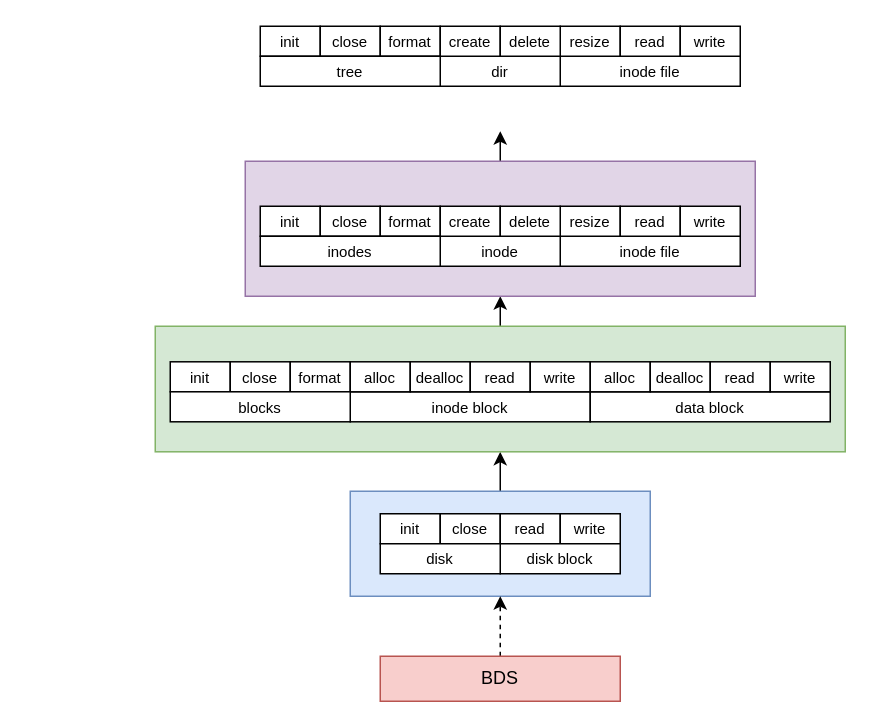
Before: Drafts/filesystem.drawio in xrysamuel/my-drawio, a draw.io diagram. Source tidied: cells renumbered, new cells numbered last; positions are measured from the earlier drawing's top-left corner, leaving out a move shared by most shapes. Both pictures are drawn from the tidied source at 150%, with x=0, y=0 at pixel (154, 26).
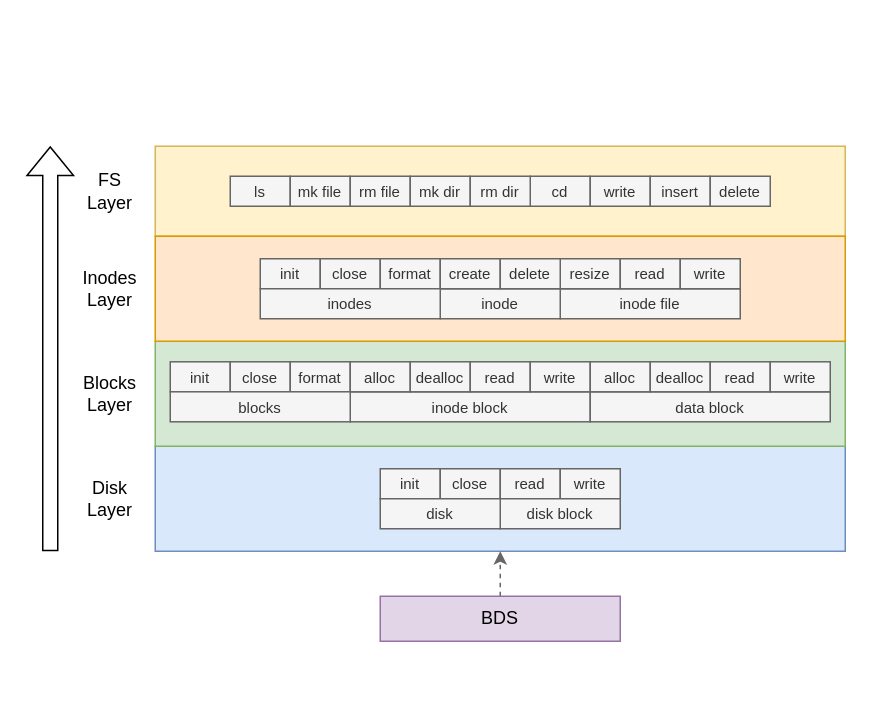
After the change.

Diff of the diagram source:
```diff
@@
-    <mxCell id="2" style="edgeStyle=orthogonalEdgeStyle;rounded=0;jettySize=auto;html=1;exitX=0.5;exitY=0;exitDx=0;exitDy=0;entryX=0.5;entryY=1;entryDx=0;entryDy=0;" parent="1" edge="1" source="3" target="5">
-      <mxGeometry relative="1" as="geometry" />
-    </mxCell>
+    <mxCell id="52" style="rounded=0;whiteSpace=wrap;html=1;fillColor=#fff2cc;strokeColor=#d6b656;" parent="1" vertex="1">
+      <mxGeometry y="80" width="460" height="60" as="geometry" />
+    </mxCell>
     <mxCell id="3" style="rounded=0;whiteSpace=wrap;html=1;fillColor=#dae8fc;strokeColor=#6c8ebf;" parent="1" vertex="1">
-      <mxGeometry x="130" y="310" width="200" height="70" as="geometry" />
+      <mxGeometry y="280" width="460" height="70" as="geometry" />
     </mxCell>
-    <mxCell id="4" style="edgeStyle=orthogonalEdgeStyle;rounded=0;jettySize=auto;html=1;exitX=0.5;exitY=0;exitDx=0;exitDy=0;entryX=0.5;entryY=1;entryDx=0;entryDy=0;" parent="1" edge="1" source="5" target="26">
-      <mxGeometry relative="1" as="geometry" />
-    </mxCell>
     <mxCell id="5" style="rounded=0;whiteSpace=wrap;html=1;fillColor=#d5e8d4;strokeColor=#82b366;" parent="1" vertex="1">
-      <mxGeometry y="200" width="460" height="83.7" as="geometry" />
+      <mxGeometry y="210" width="460" height="70" as="geometry" />
     </mxCell>
-    <mxCell id="6" style="edgeStyle=orthogonalEdgeStyle;rounded=0;jettySize=auto;html=1;exitX=0.5;exitY=0;exitDx=0;exitDy=0;entryX=0.5;entryY=1;entryDx=0;entryDy=0;dashed=1;" parent="1" edge="1" source="7" target="3">
+    <mxCell id="6" style="edgeStyle=orthogonalEdgeStyle;rounded=0;jettySize=auto;html=1;exitX=0.5;exitY=0;exitDx=0;exitDy=0;entryX=0.5;entryY=1;entryDx=0;entryDy=0;dashed=1;fillColor=#f5f5f5;strokeColor=#666666;" parent="1" edge="1" source="7" target="3">
       <mxGeometry relative="1" as="geometry" />
     </mxCell>
-    <mxCell id="7" value="BDS" style="rounded=0;whiteSpace=wrap;html=1;fillColor=#f8cecc;strokeColor=#b85450;" parent="1" vertex="1">
-      <mxGeometry x="150" y="420" width="160" height="30" as="geometry" />
+    <mxCell id="7" value="BDS" style="rounded=0;whiteSpace=wrap;html=1;fillColor=#e1d5e7;strokeColor=#9673a6;" parent="1" vertex="1">
+      <mxGeometry x="150" y="380" width="160" height="30" as="geometry" />
     </mxCell>
-    <mxCell id="8" value="init" style="rounded=0;whiteSpace=wrap;html=1;fontSize=10;" parent="1" vertex="1">
-      <mxGeometry x="150" y="325" width="40" height="20" as="geometry" />
+    <mxCell id="8" value="init" style="rounded=0;whiteSpace=wrap;html=1;fontSize=10;fillColor=#f5f5f5;fontColor=#333333;strokeColor=#666666;" parent="1" vertex="1">
+      <mxGeometry x="150" y="295" width="40" height="20" as="geometry" />
     </mxCell>
-    <mxCell id="9" value="close" style="rounded=0;whiteSpace=wrap;html=1;fontSize=10;" parent="1" vertex="1">
-      <mxGeometry x="190" y="325" width="40" height="20" as="geometry" />
+    <mxCell id="9" value="close" style="rounded=0;whiteSpace=wrap;html=1;fontSize=10;fillColor=#f5f5f5;fontColor=#333333;strokeColor=#666666;" parent="1" vertex="1">
+      <mxGeometry x="190" y="295" width="40" height="20" as="geometry" />
     </mxCell>
-    <mxCell id="10" value="read" style="rounded=0;whiteSpace=wrap;html=1;fontSize=10;" parent="1" vertex="1">
-      <mxGeometry x="230" y="325" width="40" height="20" as="geometry" />
+    <mxCell id="10" value="read" style="rounded=0;whiteSpace=wrap;html=1;fontSize=10;fillColor=#f5f5f5;fontColor=#333333;strokeColor=#666666;" parent="1" vertex="1">
+      <mxGeometry x="230" y="295" width="40" height="20" as="geometry" />
     </mxCell>
-    <mxCell id="11" value="write" style="rounded=0;whiteSpace=wrap;html=1;fontSize=10;" parent="1" vertex="1">
-      <mxGeometry x="270" y="325" width="40" height="20" as="geometry" />
+    <mxCell id="11" value="write" style="rounded=0;whiteSpace=wrap;html=1;fontSize=10;fillColor=#f5f5f5;fontColor=#333333;strokeColor=#666666;" parent="1" vertex="1">
+      <mxGeometry x="270" y="295" width="40" height="20" as="geometry" />
     </mxCell>
-    <mxCell id="12" value="init" style="rounded=0;whiteSpace=wrap;html=1;fontSize=10;" parent="1" vertex="1">
+    <mxCell id="12" value="init" style="rounded=0;whiteSpace=wrap;html=1;fontSize=10;fillColor=#f5f5f5;fontColor=#333333;strokeColor=#666666;" parent="1" vertex="1">
       <mxGeometry x="10" y="223.7" width="40" height="20" as="geometry" />
     </mxCell>
-    <mxCell id="13" value="close" style="rounded=0;whiteSpace=wrap;html=1;fontSize=10;" parent="1" vertex="1">
+    <mxCell id="13" value="close" style="rounded=0;whiteSpace=wrap;html=1;fontSize=10;fillColor=#f5f5f5;fontColor=#333333;strokeColor=#666666;" parent="1" vertex="1">
       <mxGeometry x="50" y="223.7" width="40" height="20" as="geometry" />
     </mxCell>
-    <mxCell id="14" value="format" style="rounded=0;whiteSpace=wrap;html=1;fontSize=10;" parent="1" vertex="1">
+    <mxCell id="14" value="format" style="rounded=0;whiteSpace=wrap;html=1;fontSize=10;fillColor=#f5f5f5;fontColor=#333333;strokeColor=#666666;" parent="1" vertex="1">
       <mxGeometry x="90" y="223.7" width="40" height="20" as="geometry" />
     </mxCell>
-    <mxCell id="15" value="inode block" style="rounded=0;whiteSpace=wrap;html=1;fontSize=10;" parent="1" vertex="1">
+    <mxCell id="15" value="inode block" style="rounded=0;whiteSpace=wrap;html=1;fontSize=10;fillColor=#f5f5f5;fontColor=#333333;strokeColor=#666666;" parent="1" vertex="1">
       <mxGeometry x="130" y="243.7" width="160" height="20" as="geometry" />
     </mxCell>
-    <mxCell id="16" value="alloc" style="rounded=0;whiteSpace=wrap;html=1;fontSize=10;" parent="1" vertex="1">
+    <mxCell id="16" value="alloc" style="rounded=0;whiteSpace=wrap;html=1;fontSize=10;fillColor=#f5f5f5;fontColor=#333333;strokeColor=#666666;" parent="1" vertex="1">
       <mxGeometry x="130" y="223.7" width="40" height="20" as="geometry" />
     </mxCell>
-    <mxCell id="17" value="dealloc" style="rounded=0;whiteSpace=wrap;html=1;fontSize=10;" parent="1" vertex="1">
+    <mxCell id="17" value="dealloc" style="rounded=0;whiteSpace=wrap;html=1;fontSize=10;fillColor=#f5f5f5;fontColor=#333333;strokeColor=#666666;" parent="1" vertex="1">
       <mxGeometry x="170" y="223.7" width="40" height="20" as="geometry" />
     </mxCell>
-    <mxCell id="18" value="read" style="rounded=0;whiteSpace=wrap;html=1;fontSize=10;" parent="1" vertex="1">
+    <mxCell id="18" value="read" style="rounded=0;whiteSpace=wrap;html=1;fontSize=10;fillColor=#f5f5f5;fontColor=#333333;strokeColor=#666666;" parent="1" vertex="1">
       <mxGeometry x="210" y="223.7" width="40" height="20" as="geometry" />
     </mxCell>
-    <mxCell id="19" value="write" style="rounded=0;whiteSpace=wrap;html=1;fontSize=10;" parent="1" vertex="1">
+    <mxCell id="19" value="write" style="rounded=0;whiteSpace=wrap;html=1;fontSize=10;fillColor=#f5f5f5;fontColor=#333333;strokeColor=#666666;" parent="1" vertex="1">
       <mxGeometry x="250" y="223.7" width="40" height="20" as="geometry" />
     </mxCell>
-    <mxCell id="20" value="data block" style="rounded=0;whiteSpace=wrap;html=1;fontSize=10;" parent="1" vertex="1">
+    <mxCell id="20" value="data block" style="rounded=0;whiteSpace=wrap;html=1;fontSize=10;fillColor=#f5f5f5;fontColor=#333333;strokeColor=#666666;" parent="1" vertex="1">
       <mxGeometry x="290" y="243.7" width="160" height="20" as="geometry" />
     </mxCell>
-    <mxCell id="21" value="alloc" style="rounded=0;whiteSpace=wrap;html=1;fontSize=10;" parent="1" vertex="1">
+    <mxCell id="21" value="alloc" style="rounded=0;whiteSpace=wrap;html=1;fontSize=10;fillColor=#f5f5f5;fontColor=#333333;strokeColor=#666666;" parent="1" vertex="1">
       <mxGeometry x="290" y="223.7" width="40" height="20" as="geometry" />
     </mxCell>
-    <mxCell id="22" value="dealloc" style="rounded=0;whiteSpace=wrap;html=1;fontSize=10;" parent="1" vertex="1">
+    <mxCell id="22" value="dealloc" style="rounded=0;whiteSpace=wrap;html=1;fontSize=10;fillColor=#f5f5f5;fontColor=#333333;strokeColor=#666666;" parent="1" vertex="1">
       <mxGeometry x="330" y="223.7" width="40" height="20" as="geometry" />
     </mxCell>
-    <mxCell id="23" value="read" style="rounded=0;whiteSpace=wrap;html=1;fontSize=10;" parent="1" vertex="1">
+    <mxCell id="23" value="read" style="rounded=0;whiteSpace=wrap;html=1;fontSize=10;fillColor=#f5f5f5;fontColor=#333333;strokeColor=#666666;" parent="1" vertex="1">
       <mxGeometry x="370" y="223.7" width="40" height="20" as="geometry" />
     </mxCell>
-    <mxCell id="24" value="write" style="rounded=0;whiteSpace=wrap;html=1;fontSize=10;" parent="1" vertex="1">
+    <mxCell id="24" value="write" style="rounded=0;whiteSpace=wrap;html=1;fontSize=10;fillColor=#f5f5f5;fontColor=#333333;strokeColor=#666666;" parent="1" vertex="1">
       <mxGeometry x="410" y="223.7" width="40" height="20" as="geometry" />
     </mxCell>
-    <mxCell id="25" style="edgeStyle=orthogonalEdgeStyle;rounded=0;jettySize=auto;html=1;exitX=0.5;exitY=0;exitDx=0;exitDy=0;entryX=0.5;entryY=1;entryDx=0;entryDy=0;" parent="1" edge="1" source="26">
-      <mxGeometry relative="1" as="geometry">
-        <mxPoint x="230" y="70" as="targetPoint" />
-      </mxGeometry>
-    </mxCell>
-    <mxCell id="26" style="rounded=0;whiteSpace=wrap;html=1;fillColor=#e1d5e7;strokeColor=#9673a6;" parent="1" vertex="1">
-      <mxGeometry x="60" y="90" width="340" height="90" as="geometry" />
+    <mxCell id="26" style="rounded=0;whiteSpace=wrap;html=1;fillColor=#ffe6cc;strokeColor=#d79b00;" parent="1" vertex="1">
+      <mxGeometry y="140" width="460" height="70" as="geometry" />
     </mxCell>
-    <mxCell id="27" value="inode file" style="rounded=0;whiteSpace=wrap;html=1;fontSize=10;" parent="1" vertex="1">
-      <mxGeometry x="270" y="140" width="120" height="20" as="geometry" />
+    <mxCell id="27" value="inode file" style="rounded=0;whiteSpace=wrap;html=1;fontSize=10;fillColor=#f5f5f5;fontColor=#333333;strokeColor=#666666;" parent="1" vertex="1">
+      <mxGeometry x="270" y="175" width="120" height="20" as="geometry" />
     </mxCell>
-    <mxCell id="28" value="resize" style="rounded=0;whiteSpace=wrap;html=1;fontSize=10;" parent="1" vertex="1">
-      <mxGeometry x="270" y="120" width="40" height="20" as="geometry" />
+    <mxCell id="28" value="resize" style="rounded=0;whiteSpace=wrap;html=1;fontSize=10;fillColor=#f5f5f5;fontColor=#333333;strokeColor=#666666;" parent="1" vertex="1">
+      <mxGeometry x="270" y="155" width="40" height="20" as="geometry" />
     </mxCell>
-    <mxCell id="29" value="read" style="rounded=0;whiteSpace=wrap;html=1;fontSize=10;" parent="1" vertex="1">
-      <mxGeometry x="310" y="120" width="40" height="20" as="geometry" />
+    <mxCell id="29" value="read" style="rounded=0;whiteSpace=wrap;html=1;fontSize=10;fillColor=#f5f5f5;fontColor=#333333;strokeColor=#666666;" parent="1" vertex="1">
+      <mxGeometry x="310" y="155" width="40" height="20" as="geometry" />
     </mxCell>
-    <mxCell id="30" value="write" style="rounded=0;whiteSpace=wrap;html=1;fontSize=10;" parent="1" vertex="1">
-      <mxGeometry x="350" y="120" width="40" height="20" as="geometry" />
+    <mxCell id="30" value="write" style="rounded=0;whiteSpace=wrap;html=1;fontSize=10;fillColor=#f5f5f5;fontColor=#333333;strokeColor=#666666;" parent="1" vertex="1">
+      <mxGeometry x="350" y="155" width="40" height="20" as="geometry" />
     </mxCell>
-    <mxCell id="31" value="init" style="rounded=0;whiteSpace=wrap;html=1;fontSize=10;" parent="1" vertex="1">
-      <mxGeometry x="70" y="120" width="40" height="20" as="geometry" />
+    <mxCell id="31" value="init" style="rounded=0;whiteSpace=wrap;html=1;fontSize=10;fillColor=#f5f5f5;fontColor=#333333;strokeColor=#666666;" parent="1" vertex="1">
+      <mxGeometry x="70" y="155" width="40" height="20" as="geometry" />
     </mxCell>
-    <mxCell id="32" value="close" style="rounded=0;whiteSpace=wrap;html=1;fontSize=10;" parent="1" vertex="1">
-      <mxGeometry x="110" y="120" width="40" height="20" as="geometry" />
+    <mxCell id="32" value="close" style="rounded=0;whiteSpace=wrap;html=1;fontSize=10;fillColor=#f5f5f5;fontColor=#333333;strokeColor=#666666;" parent="1" vertex="1">
+      <mxGeometry x="110" y="155" width="40" height="20" as="geometry" />
     </mxCell>
-    <mxCell id="33" value="format" style="rounded=0;whiteSpace=wrap;html=1;fontSize=10;" parent="1" vertex="1">
-      <mxGeometry x="150" y="120" width="40" height="20" as="geometry" />
+    <mxCell id="33" value="format" style="rounded=0;whiteSpace=wrap;html=1;fontSize=10;fillColor=#f5f5f5;fontColor=#333333;strokeColor=#666666;" parent="1" vertex="1">
+      <mxGeometry x="150" y="155" width="40" height="20" as="geometry" />
     </mxCell>
-    <mxCell id="34" value="inode" style="rounded=0;whiteSpace=wrap;html=1;fontSize=10;" parent="1" vertex="1">
-      <mxGeometry x="190" y="140" width="80" height="20" as="geometry" />
+    <mxCell id="34" value="inode" style="rounded=0;whiteSpace=wrap;html=1;fontSize=10;fillColor=#f5f5f5;fontColor=#333333;strokeColor=#666666;" parent="1" vertex="1">
+      <mxGeometry x="190" y="175" width="80" height="20" as="geometry" />
     </mxCell>
-    <mxCell id="35" value="create" style="rounded=0;whiteSpace=wrap;html=1;fontSize=10;" parent="1" vertex="1">
-      <mxGeometry x="190" y="120" width="40" height="20" as="geometry" />
+    <mxCell id="35" value="create" style="rounded=0;whiteSpace=wrap;html=1;fontSize=10;fillColor=#f5f5f5;fontColor=#333333;strokeColor=#666666;" parent="1" vertex="1">
+      <mxGeometry x="190" y="155" width="40" height="20" as="geometry" />
     </mxCell>
-    <mxCell id="36" value="delete" style="rounded=0;whiteSpace=wrap;html=1;fontSize=10;" parent="1" vertex="1">
-      <mxGeometry x="230" y="120" width="40" height="20" as="geometry" />
+    <mxCell id="36" value="delete" style="rounded=0;whiteSpace=wrap;html=1;fontSize=10;fillColor=#f5f5f5;fontColor=#333333;strokeColor=#666666;" parent="1" vertex="1">
+      <mxGeometry x="230" y="155" width="40" height="20" as="geometry" />
     </mxCell>
-    <mxCell id="37" value="disk block" style="rounded=0;whiteSpace=wrap;html=1;fontSize=10;" parent="1" vertex="1">
-      <mxGeometry x="230" y="345" width="80" height="20" as="geometry" />
+    <mxCell id="37" value="disk block" style="rounded=0;whiteSpace=wrap;html=1;fontSize=10;fillColor=#f5f5f5;fontColor=#333333;strokeColor=#666666;" parent="1" vertex="1">
+      <mxGeometry x="230" y="315" width="80" height="20" as="geometry" />
     </mxCell>
-    <mxCell id="38" value="disk" style="rounded=0;whiteSpace=wrap;html=1;fontSize=10;" parent="1" vertex="1">
-      <mxGeometry x="150" y="345" width="80" height="20" as="geometry" />
+    <mxCell id="38" value="disk" style="rounded=0;whiteSpace=wrap;html=1;fontSize=10;fillColor=#f5f5f5;fontColor=#333333;strokeColor=#666666;" parent="1" vertex="1">
+      <mxGeometry x="150" y="315" width="80" height="20" as="geometry" />
     </mxCell>
-    <mxCell id="39" value="blocks" style="rounded=0;whiteSpace=wrap;html=1;fontSize=10;" parent="1" vertex="1">
+    <mxCell id="39" value="blocks" style="rounded=0;whiteSpace=wrap;html=1;fontSize=10;fillColor=#f5f5f5;fontColor=#333333;strokeColor=#666666;" parent="1" vertex="1">
       <mxGeometry x="10" y="243.7" width="120" height="20" as="geometry" />
     </mxCell>
-    <mxCell id="40" value="inodes" style="rounded=0;whiteSpace=wrap;html=1;fontSize=10;" parent="1" vertex="1">
-      <mxGeometry x="70" y="140" width="120" height="20" as="geometry" />
+    <mxCell id="40" value="inodes" style="rounded=0;whiteSpace=wrap;html=1;fontSize=10;fillColor=#f5f5f5;fontColor=#333333;strokeColor=#666666;" parent="1" vertex="1">
+      <mxGeometry x="70" y="175" width="120" height="20" as="geometry" />
     </mxCell>
-    <mxCell id="41" value="inode file" style="rounded=0;whiteSpace=wrap;html=1;fontSize=10;" parent="1" vertex="1">
-      <mxGeometry x="270" y="20" width="120" height="20" as="geometry" />
-    </mxCell>
-    <mxCell id="42" value="resize" style="rounded=0;whiteSpace=wrap;html=1;fontSize=10;" parent="1" vertex="1">
-      <mxGeometry x="270" width="40" height="20" as="geometry" />
+    <mxCell id="42" value="cd" style="rounded=0;whiteSpace=wrap;html=1;fontSize=10;fillColor=#f5f5f5;fontColor=#333333;strokeColor=#666666;" parent="1" vertex="1">
+      <mxGeometry x="250" y="100" width="40" height="20" as="geometry" />
     </mxCell>
-    <mxCell id="43" value="read" style="rounded=0;whiteSpace=wrap;html=1;fontSize=10;" parent="1" vertex="1">
-      <mxGeometry x="310" width="40" height="20" as="geometry" />
+    <mxCell id="43" value="write" style="rounded=0;whiteSpace=wrap;html=1;fontSize=10;fillColor=#f5f5f5;fontColor=#333333;strokeColor=#666666;" parent="1" vertex="1">
+      <mxGeometry x="290" y="100" width="40" height="20" as="geometry" />
     </mxCell>
-    <mxCell id="44" value="write" style="rounded=0;whiteSpace=wrap;html=1;fontSize=10;" parent="1" vertex="1">
-      <mxGeometry x="350" width="40" height="20" as="geometry" />
+    <mxCell id="44" value="insert" style="rounded=0;whiteSpace=wrap;html=1;fontSize=10;fillColor=#f5f5f5;fontColor=#333333;strokeColor=#666666;" parent="1" vertex="1">
+      <mxGeometry x="330" y="100" width="40" height="20" as="geometry" />
     </mxCell>
-    <mxCell id="45" value="init" style="rounded=0;whiteSpace=wrap;html=1;fontSize=10;" parent="1" vertex="1">
-      <mxGeometry x="70" width="40" height="20" as="geometry" />
+    <mxCell id="45" value="ls" style="rounded=0;whiteSpace=wrap;html=1;fontSize=10;fillColor=#f5f5f5;fontColor=#333333;strokeColor=#666666;" parent="1" vertex="1">
+      <mxGeometry x="50" y="100" width="40" height="20" as="geometry" />
     </mxCell>
-    <mxCell id="46" value="close" style="rounded=0;whiteSpace=wrap;html=1;fontSize=10;" parent="1" vertex="1">
-      <mxGeometry x="110" width="40" height="20" as="geometry" />
+    <mxCell id="46" value="mk file" style="rounded=0;whiteSpace=wrap;html=1;fontSize=10;fillColor=#f5f5f5;fontColor=#333333;strokeColor=#666666;" parent="1" vertex="1">
+      <mxGeometry x="90" y="100" width="40" height="20" as="geometry" />
     </mxCell>
-    <mxCell id="47" value="format" style="rounded=0;whiteSpace=wrap;html=1;fontSize=10;" parent="1" vertex="1">
-      <mxGeometry x="150" width="40" height="20" as="geometry" />
+    <mxCell id="47" value="rm file" style="rounded=0;whiteSpace=wrap;html=1;fontSize=10;fillColor=#f5f5f5;fontColor=#333333;strokeColor=#666666;" parent="1" vertex="1">
+      <mxGeometry x="130" y="100" width="40" height="20" as="geometry" />
     </mxCell>
-    <mxCell id="48" value="dir" style="rounded=0;whiteSpace=wrap;html=1;fontSize=10;" parent="1" vertex="1">
-      <mxGeometry x="190" y="20" width="80" height="20" as="geometry" />
-    </mxCell>
-    <mxCell id="49" value="create" style="rounded=0;whiteSpace=wrap;html=1;fontSize=10;" parent="1" vertex="1">
-      <mxGeometry x="190" width="40" height="20" as="geometry" />
+    <mxCell id="49" value="mk dir" style="rounded=0;whiteSpace=wrap;html=1;fontSize=10;fillColor=#f5f5f5;fontColor=#333333;strokeColor=#666666;" parent="1" vertex="1">
+      <mxGeometry x="170" y="100" width="40" height="20" as="geometry" />
     </mxCell>
-    <mxCell id="50" value="delete" style="rounded=0;whiteSpace=wrap;html=1;fontSize=10;" parent="1" vertex="1">
-      <mxGeometry x="230" width="40" height="20" as="geometry" />
+    <mxCell id="50" value="rm dir" style="rounded=0;whiteSpace=wrap;html=1;fontSize=10;fillColor=#f5f5f5;fontColor=#333333;strokeColor=#666666;" parent="1" vertex="1">
+      <mxGeometry x="210" y="100" width="40" height="20" as="geometry" />
     </mxCell>
-    <mxCell id="51" value="tree" style="rounded=0;whiteSpace=wrap;html=1;fontSize=10;" parent="1" vertex="1">
-      <mxGeometry x="70" y="20" width="120" height="20" as="geometry" />
-    </mxCell>
+    <mxCell id="53" value="delete" style="rounded=0;whiteSpace=wrap;html=1;fontSize=10;fillColor=#f5f5f5;fontColor=#333333;strokeColor=#666666;" parent="1" vertex="1">
+      <mxGeometry x="370" y="100" width="40" height="20" as="geometry" />
+    </mxCell>
+    <mxCell id="54" value="Disk&lt;div&gt;Layer&lt;/div&gt;" style="text;html=1;align=center;verticalAlign=middle;whiteSpace=wrap;rounded=0;" parent="1" vertex="1">
+      <mxGeometry x="-60" y="300" width="60" height="30" as="geometry" />
+    </mxCell>
+    <mxCell id="55" style="shape=flexArrow;endArrow=classic;html=1;rounded=0;" parent="1" edge="1">
+      <mxGeometry relative="1" as="geometry">
+        <mxPoint x="-70" y="350" as="sourcePoint" />
+        <mxPoint x="-70" y="80" as="targetPoint" />
+      </mxGeometry>
+    </mxCell>
+    <mxCell id="56" value="Blocks&lt;div&gt;Layer&lt;/div&gt;" style="text;html=1;align=center;verticalAlign=middle;whiteSpace=wrap;rounded=0;" parent="1" vertex="1">
+      <mxGeometry x="-60" y="230" width="60" height="30" as="geometry" />
+    </mxCell>
+    <mxCell id="57" value="Inodes&lt;div&gt;Layer&lt;/div&gt;" style="text;html=1;align=center;verticalAlign=middle;whiteSpace=wrap;rounded=0;" parent="1" vertex="1">
+      <mxGeometry x="-60" y="160" width="60" height="30" as="geometry" />
+    </mxCell>
+    <mxCell id="58" value="FS&lt;div&gt;Layer&lt;/div&gt;" style="text;html=1;align=center;verticalAlign=middle;whiteSpace=wrap;rounded=0;" parent="1" vertex="1">
+      <mxGeometry x="-60" y="95" width="60" height="30" as="geometry" />
+    </mxCell>
```
